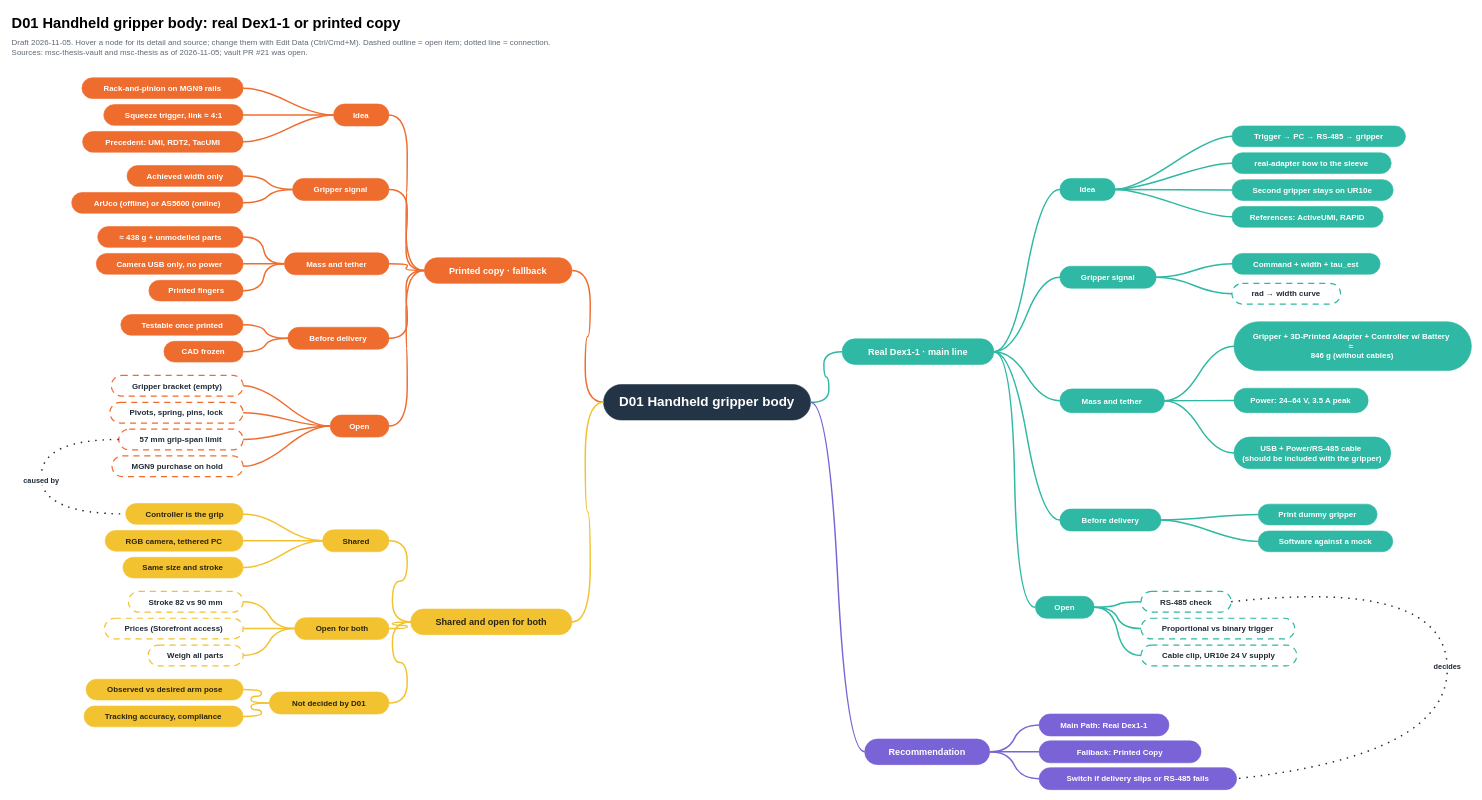
The draw.io diagram Agent/Drafts/2026-11-05 D01 mind map.drawio in EfekTyndall/msc-thesis-vault, before the edit. Source tidied: cells renumbered, new cells numbered last; positions are measured from the earlier drawing's top-left corner, leaving out a move shared by most shapes. Both pictures are drawn from the tidied source at 61%, with x=0, y=0 at pixel (10, 10).
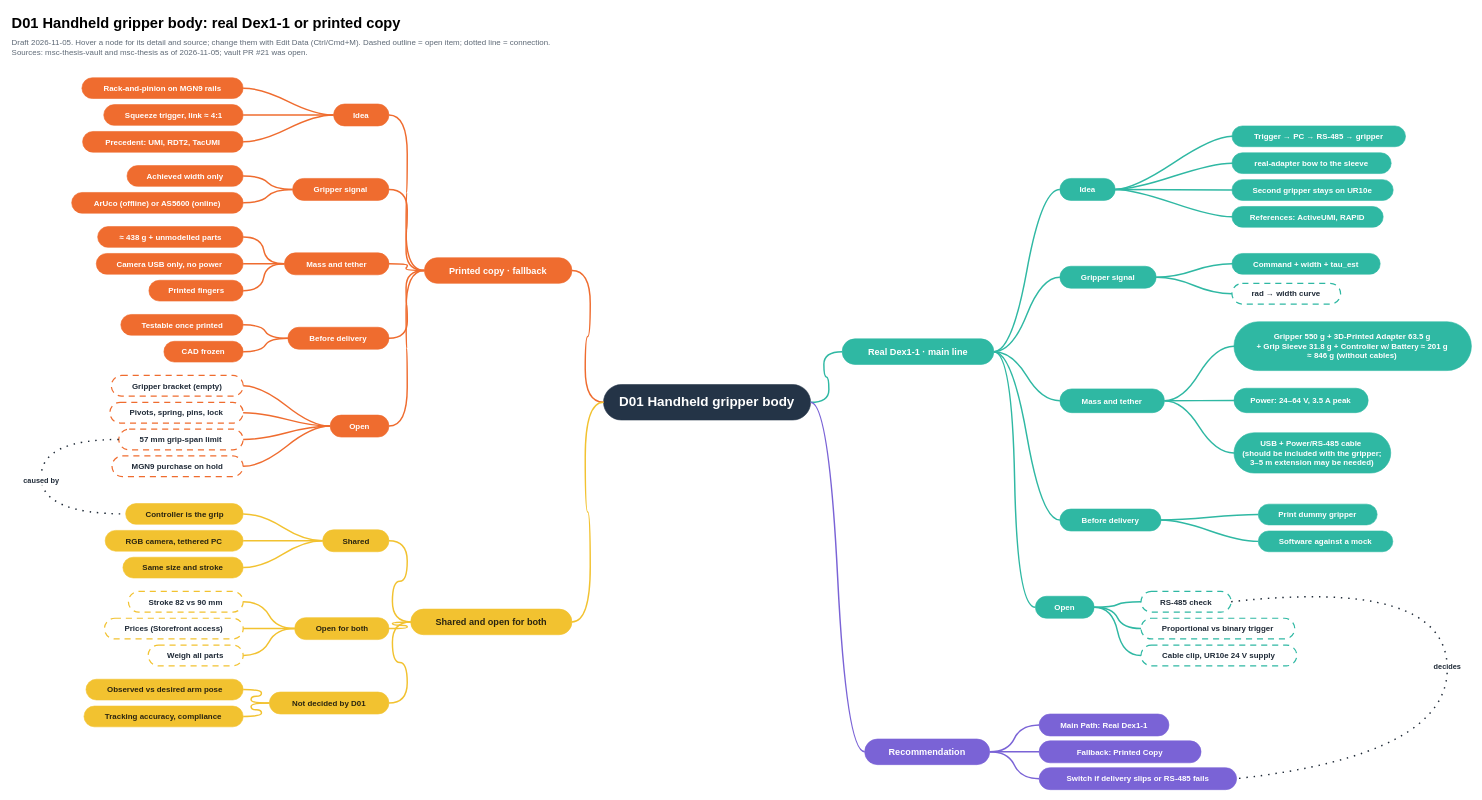
Above is the later version.

Commit message:
vault backup: 2026-11-05 14:24:12

Diff of the diagram source:
```diff
@@
-    <mxCell id="15" value="&lt;div&gt;Gripper + 3D-Printed Adapter + Controller w/ Battery&amp;nbsp;&lt;/div&gt;≈&amp;nbsp;&lt;div&gt;846 g (without cables)&lt;/div&gt;" style="rounded=1;arcSize=50;whiteSpace=wrap;html=1;fillColor=#2fb8a3;strokeColor=#2fb8a3;fontColor=#ffffff;fontFamily=Helvetica;fontStyle=1;fontSize=13;" parent="1" vertex="1">
+    <mxCell id="15" value="&lt;div&gt;Gripper 550 g + 3D-Printed Adapter 63.5 g&lt;/div&gt;&lt;div&gt;+ Grip Sleeve 31.8 g + Controller w/ Battery ≈ 201 g&lt;/div&gt;&lt;div&gt;≈ 846 g (without cables)&lt;/div&gt;" style="rounded=1;arcSize=50;whiteSpace=wrap;html=1;fillColor=#2fb8a3;strokeColor=#2fb8a3;fontColor=#ffffff;fontFamily=Helvetica;fontStyle=1;fontSize=13;" parent="1" vertex="1">
       <mxGeometry x="2005.4" y="510" width="389.2" height="80" as="geometry" />
     </mxCell>
@@
-    <mxCell id="17" value="USB + Power/RS-485 cable&amp;nbsp;&lt;div&gt;(should be included with the gripper)&lt;/div&gt;" style="rounded=1;arcSize=50;whiteSpace=wrap;html=1;fillColor=#2fb8a3;strokeColor=#2fb8a3;fontColor=#ffffff;fontFamily=Helvetica;fontStyle=1;fontSize=13;" parent="1" vertex="1">
-      <mxGeometry x="2005.4" y="699" width="257" height="52" as="geometry" />
+    <mxCell id="17" value="USB + Power/RS-485 cable&amp;nbsp;&lt;div&gt;(should be included with the gripper;&lt;/div&gt;&lt;div&gt;3–5 m extension may be needed)&lt;/div&gt;" style="rounded=1;arcSize=50;whiteSpace=wrap;html=1;fillColor=#2fb8a3;strokeColor=#2fb8a3;fontColor=#ffffff;fontFamily=Helvetica;fontStyle=1;fontSize=13;" parent="1" vertex="1">
+      <mxGeometry x="2005.4" y="692" width="257" height="66" as="geometry" />
     </mxCell>
```
